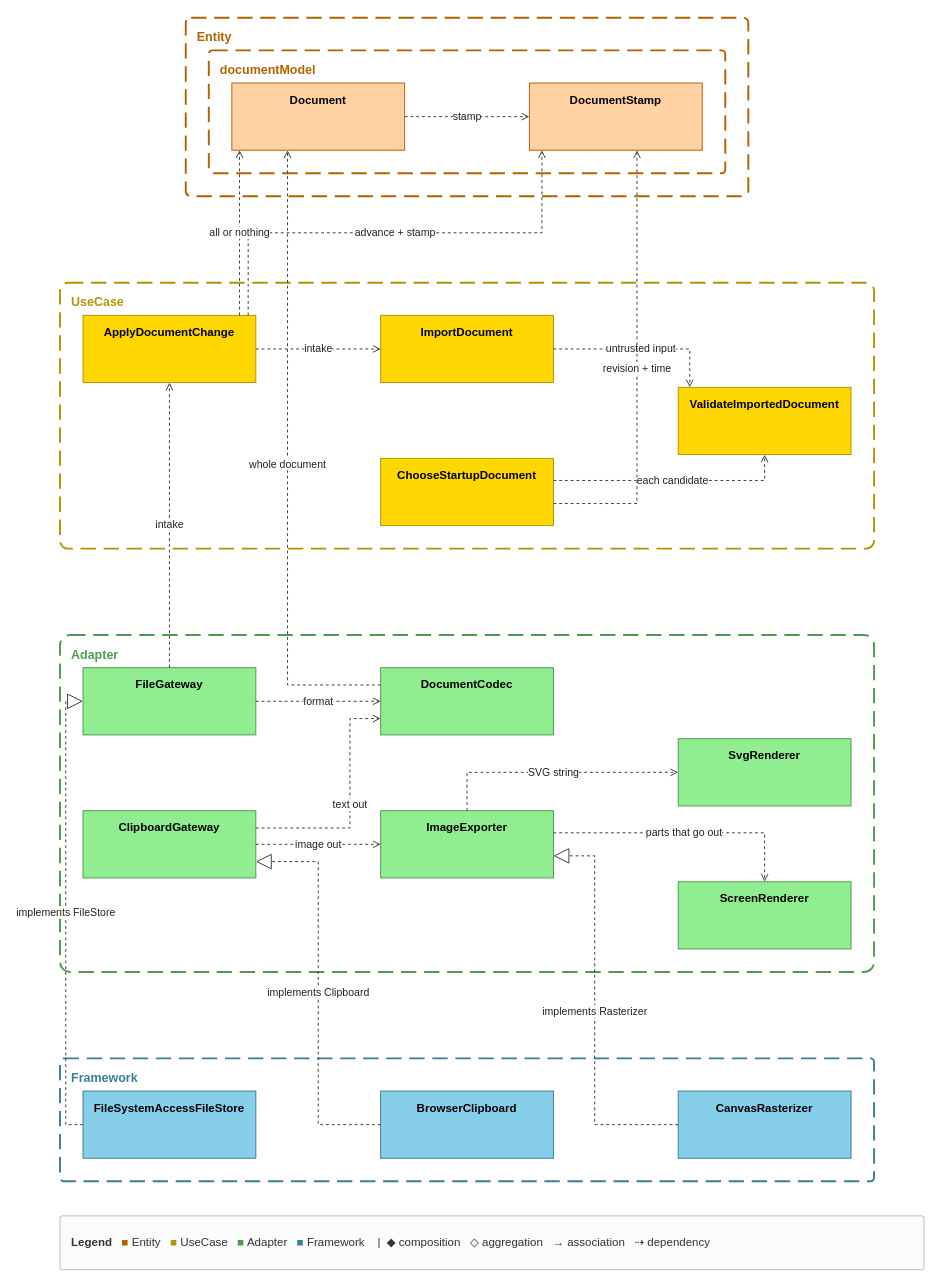
GoodRelax/gr-scheduler keeps this draw.io diagram as docs/spec/_source/view-io.drawio. Above is the earlier version. Source tidied: cells renumbered, new cells numbered last; positions are measured from the earlier drawing's top-left corner, leaving out a move shared by most shapes. Both pictures are drawn from the tidied source at 96%, with x=0, y=0 at pixel (60, 17).
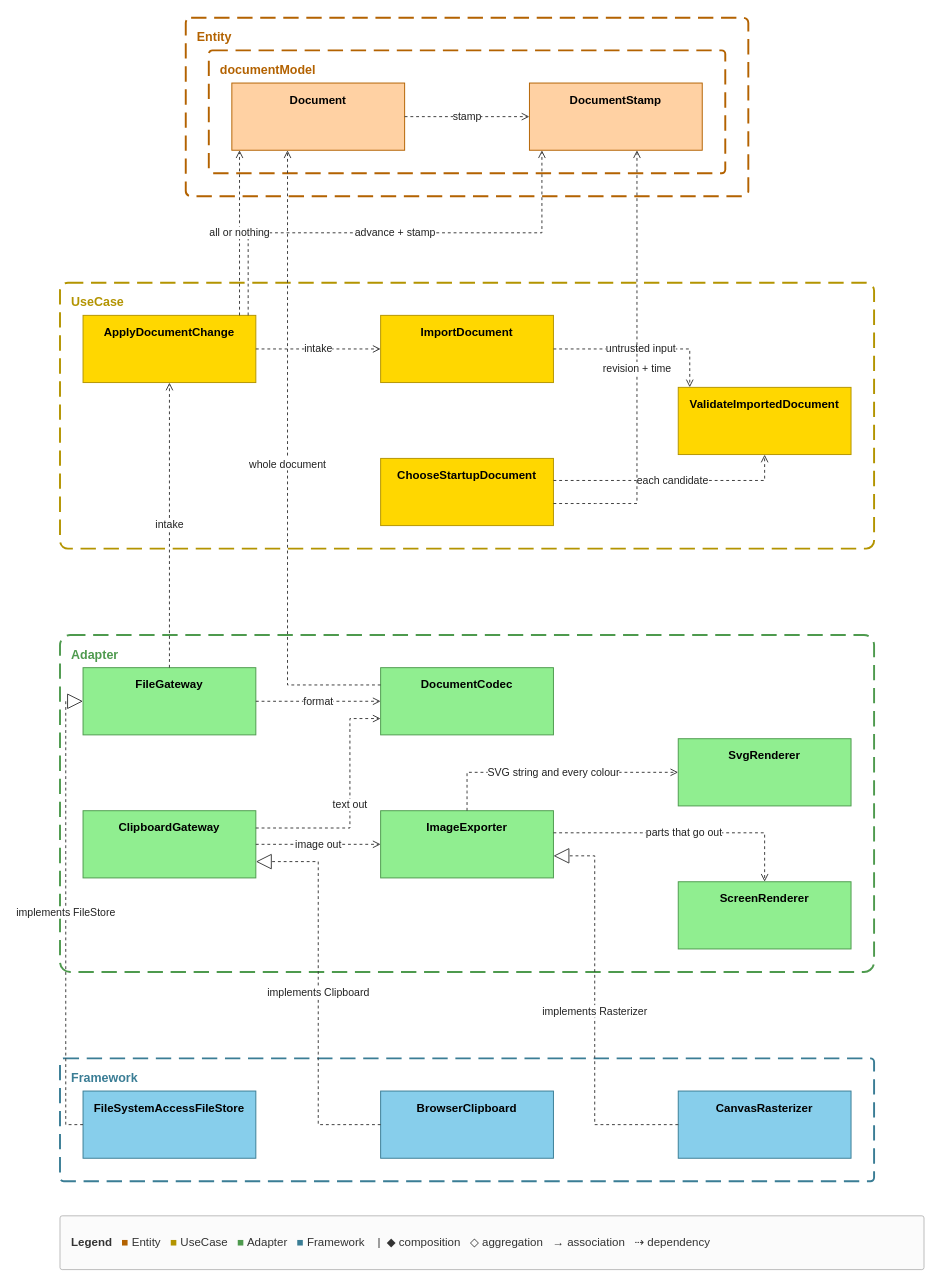
The same diagram, later.

Unchanged cells that the change refers to:
```xml
<mxCell id="10" value="&lt;b&gt;SvgRenderer&lt;/b&gt;" style="rounded=0;whiteSpace=wrap;html=1;verticalAlign=top;spacingTop=4;fillColor=#90EE90;strokeColor=#4E9A4E;" parent="1" vertex="1">
  <mxGeometry x="644" y="751" width="180" height="70" as="geometry" />
</mxCell>
<mxCell id="12" value="&lt;b&gt;ImageExporter&lt;/b&gt;" style="rounded=0;whiteSpace=wrap;html=1;verticalAlign=top;spacingTop=4;fillColor=#90EE90;strokeColor=#4E9A4E;" parent="1" vertex="1">
  <mxGeometry x="334" y="826" width="180" height="70" as="geometry" />
</mxCell>
```

What changed in the source:
```diff
@@
-    <mxCell id="26" value="SVG string" style="edgeStyle=orthogonalEdgeStyle;rounded=0;html=1;strokeColor=#3A3A3A;fontSize=11;fontColor=#222222;labelBackgroundColor=#FFFFFF;endArrow=open;dashed=1;" parent="1" edge="1" source="12" target="10">
+    <mxCell id="26" value="SVG string and every colour" style="edgeStyle=orthogonalEdgeStyle;rounded=0;html=1;strokeColor=#3A3A3A;fontSize=11;fontColor=#222222;labelBackgroundColor=#FFFFFF;endArrow=open;dashed=1;" parent="1" edge="1" source="12" target="10">
       <mxGeometry relative="1" as="geometry">
         <Array as="points">
           <mxPoint x="424" y="806" />
           <mxPoint x="424" y="786" />
           <mxPoint x="424" y="786" />
           <mxPoint x="424" y="786" />
           <mxPoint x="552" y="786" />
         </Array>
       </mxGeometry>
     </mxCell>
```
